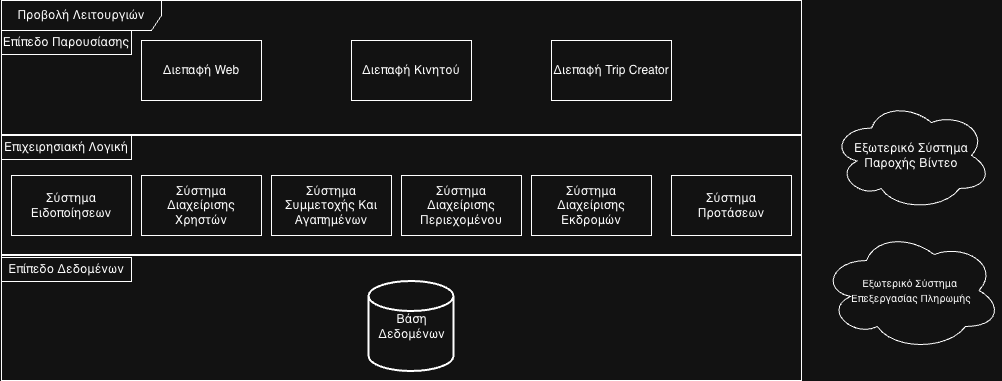
Above: diagrams/Architecture/InformationView.png in SpyrosSiachamis/Travel-Platform-Project (draw.io), before the change. Source tidied: cells renumbered, new cells last; positions are measured from the earlier drawing's top-left corner, leaving out a move shared by most shapes.
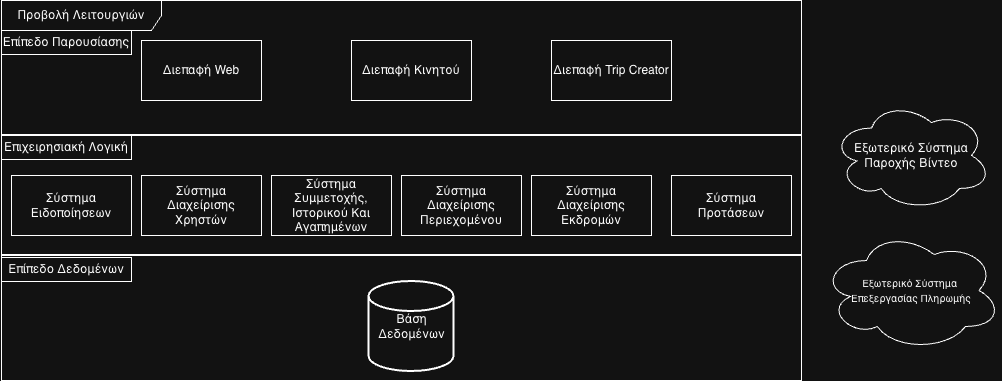
Above is the later version.

The edit, as a diff of the source:
```diff
@@ -11,7 +11,7 @@
     <mxCell id="4" value="Σύστημα Ειδοποίησεων" style="rounded=0;whiteSpace=wrap;html=1;" parent="2" vertex="1">
       <mxGeometry x="10" y="175" width="120" height="60" as="geometry" />
     </mxCell>
-    <mxCell id="5" value="Σύστημα Συμμετοχής Και Αγαπημένων" style="rounded=0;whiteSpace=wrap;html=1;" parent="2" vertex="1">
+    <mxCell id="5" value="Σύστημα Συμμετοχής, Ιστορικού Και Αγαπημένων" style="rounded=0;whiteSpace=wrap;html=1;" parent="2" vertex="1">
       <mxGeometry x="270" y="175" width="120" height="60" as="geometry" />
     </mxCell>
     <mxCell id="6" value="Σύστημα Διαχείρισης Περιεχομένου" style="whiteSpace=wrap;html=1;" parent="2" vertex="1">
```
